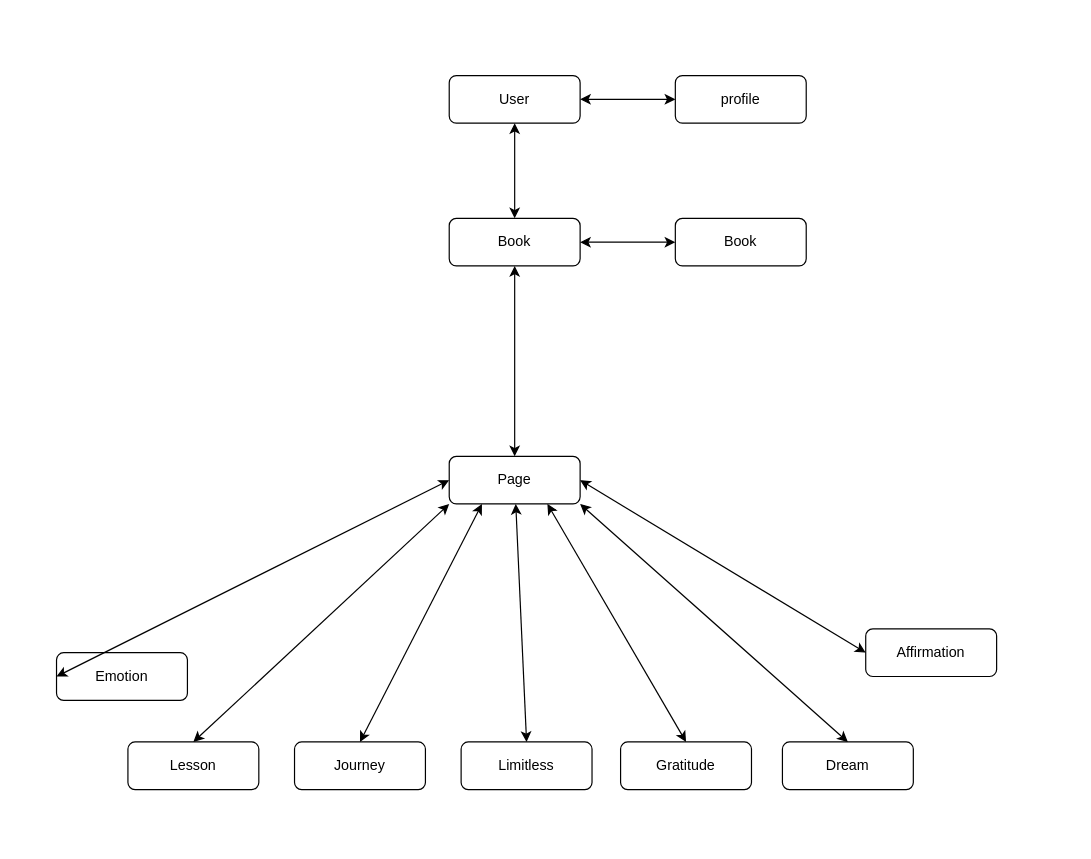
This is Untitled Diagram.drawio from mwilder2/diarydawn-backend, a draw.io file, before an edit. Source tidied: cells renumbered, new cells numbered last; positions are measured from the earlier drawing's top-left corner, leaving out a move shared by most shapes. Both pictures are drawn from the tidied source at 119%, with x=0, y=0 at pixel (56, 75).
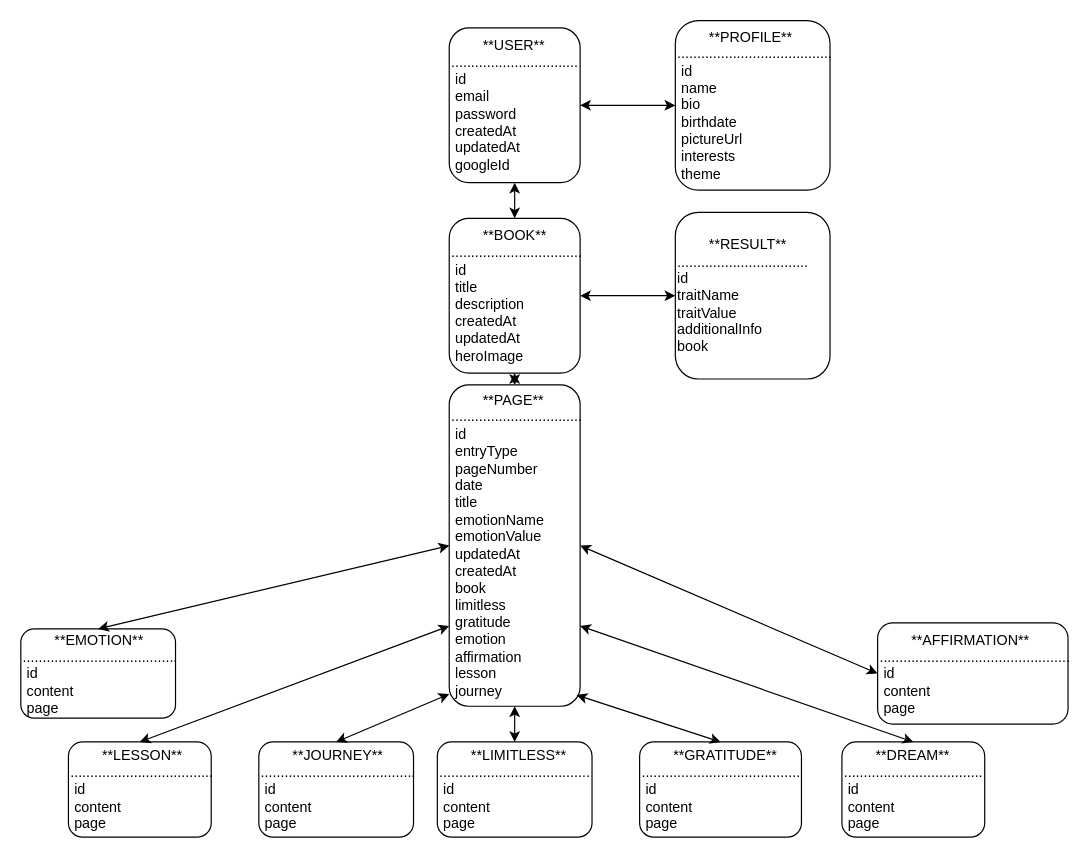
The same page after the edit.

What changed in the source:
```diff
@@
-    <mxCell id="2" value="User" style="rounded=1;whiteSpace=wrap;html=1;fontSize=12;glass=0;strokeWidth=1;shadow=0;" parent="1" vertex="1">
-      <mxGeometry x="330" width="110" height="40" as="geometry" />
+    <mxCell id="2" value="&lt;span style=&quot;white-space: pre;&quot;&gt;&#9;&lt;/span&gt;**&lt;span style=&quot;background-color: initial;&quot;&gt;USER&lt;/span&gt;**&lt;div&gt;................................&lt;/div&gt;&lt;div&gt;&lt;div&gt;&amp;nbsp;id&lt;/div&gt;&lt;div&gt;&amp;nbsp;email&lt;/div&gt;&lt;div&gt;&amp;nbsp;password&lt;/div&gt;&lt;div&gt;&amp;nbsp;createdAt&lt;/div&gt;&lt;div&gt;&amp;nbsp;updatedAt&lt;/div&gt;&lt;div&gt;&amp;nbsp;googleId&lt;/div&gt;&lt;/div&gt;" style="rounded=1;whiteSpace=wrap;html=1;fontSize=12;glass=0;strokeWidth=1;shadow=0;align=left;" parent="1" vertex="1">
+      <mxGeometry x="330" y="-40" width="110" height="130" as="geometry" />
     </mxCell>
-    <mxCell id="3" value="profile" style="rounded=1;whiteSpace=wrap;html=1;fontSize=12;glass=0;strokeWidth=1;shadow=0;" parent="1" vertex="1">
-      <mxGeometry x="520" width="110" height="40" as="geometry" />
+    <mxCell id="3" value="&lt;span style=&quot;white-space: pre;&quot;&gt;&#9;&lt;/span&gt;**PROFILE**&lt;div&gt;.......................................&lt;br&gt;&lt;div&gt;&amp;nbsp;id&lt;/div&gt;&lt;div&gt;&amp;nbsp;name&lt;/div&gt;&lt;div&gt;&amp;nbsp;bio&lt;/div&gt;&lt;div&gt;&amp;nbsp;birthdate&lt;/div&gt;&lt;div&gt;&amp;nbsp;pictureUrl&lt;/div&gt;&lt;div&gt;&amp;nbsp;interests&lt;/div&gt;&lt;div&gt;&amp;nbsp;theme&lt;/div&gt;&lt;/div&gt;" style="rounded=1;whiteSpace=wrap;html=1;fontSize=12;glass=0;strokeWidth=1;shadow=0;align=left;" parent="1" vertex="1">
+      <mxGeometry x="520" y="-46.2" width="130" height="142.5" as="geometry" />
     </mxCell>
@@
-    <mxCell id="5" value="Book" style="rounded=1;whiteSpace=wrap;html=1;fontSize=12;glass=0;strokeWidth=1;shadow=0;" parent="1" vertex="1">
-      <mxGeometry x="330" y="120" width="110" height="40" as="geometry" />
+    <mxCell id="5" value="&lt;span style=&quot;white-space: pre;&quot;&gt;&#9;&lt;/span&gt;**BOOK**&lt;div&gt;.................................&lt;/div&gt;&lt;div&gt;&amp;nbsp;id&lt;/div&gt;&lt;div&gt;&amp;nbsp;title&lt;/div&gt;&lt;div&gt;&amp;nbsp;description&lt;/div&gt;&lt;div&gt;&amp;nbsp;createdAt&lt;/div&gt;&lt;div&gt;&amp;nbsp;updatedAt&lt;/div&gt;&lt;div&gt;&amp;nbsp;heroImage&lt;/div&gt;" style="rounded=1;whiteSpace=wrap;html=1;fontSize=12;glass=0;strokeWidth=1;shadow=0;align=left;" parent="1" vertex="1">
+      <mxGeometry x="330" y="120" width="110" height="130" as="geometry" />
     </mxCell>
@@
-    <mxCell id="7" value="Page" style="rounded=1;whiteSpace=wrap;html=1;fontSize=12;glass=0;strokeWidth=1;shadow=0;" parent="1" vertex="1">
-      <mxGeometry x="330" y="320" width="110" height="40" as="geometry" />
+    <mxCell id="7" value="&lt;span style=&quot;white-space: pre;&quot;&gt;&#9;&lt;/span&gt;**PAGE**&lt;div&gt;.................................&lt;br&gt;&lt;div&gt;&amp;nbsp;id&lt;/div&gt;&lt;div&gt;&amp;nbsp;entryType&lt;/div&gt;&lt;div&gt;&amp;nbsp;pageNumber&lt;/div&gt;&lt;div&gt;&amp;nbsp;date&lt;/div&gt;&lt;div&gt;&amp;nbsp;title&lt;/div&gt;&lt;div&gt;&amp;nbsp;emotionName&lt;/div&gt;&lt;div&gt;&amp;nbsp;emotionValue&lt;/div&gt;&lt;div&gt;&amp;nbsp;updatedAt&lt;/div&gt;&lt;div&gt;&amp;nbsp;createdAt&lt;/div&gt;&lt;div&gt;&amp;nbsp;book&lt;/div&gt;&lt;div&gt;&amp;nbsp;limitless&lt;/div&gt;&lt;div&gt;&amp;nbsp;gratitude&lt;/div&gt;&lt;div&gt;&amp;nbsp;emotion&lt;/div&gt;&lt;div&gt;&amp;nbsp;affirmation&lt;/div&gt;&lt;div&gt;&amp;nbsp;lesson&lt;/div&gt;&lt;div&gt;&amp;nbsp;journey&lt;/div&gt;&lt;/div&gt;" style="rounded=1;whiteSpace=wrap;html=1;fontSize=12;glass=0;strokeWidth=1;shadow=0;align=left;" parent="1" vertex="1">
+      <mxGeometry x="330" y="260" width="110" height="270" as="geometry" />
     </mxCell>
@@
-    <mxCell id="9" value="Journey" style="rounded=1;whiteSpace=wrap;html=1;fontSize=12;glass=0;strokeWidth=1;shadow=0;" parent="1" vertex="1">
-      <mxGeometry x="200" y="560" width="110" height="40" as="geometry" />
+    <mxCell id="9" value="&lt;span style=&quot;white-space: pre;&quot;&gt;&#9;&lt;/span&gt;**JOURNEY**&lt;div&gt;.......................................&lt;br&gt;&lt;div&gt;&lt;div&gt;&lt;div&gt;&amp;nbsp;id&lt;/div&gt;&lt;div&gt;&amp;nbsp;content&lt;/div&gt;&lt;div&gt;&amp;nbsp;page&lt;/div&gt;&lt;/div&gt;&lt;/div&gt;&lt;/div&gt;" style="rounded=1;whiteSpace=wrap;html=1;fontSize=12;glass=0;strokeWidth=1;shadow=0;align=left;" parent="1" vertex="1">
+      <mxGeometry x="170" y="560" width="130" height="80" as="geometry" />
     </mxCell>
-    <mxCell id="10" value="Lesson" style="rounded=1;whiteSpace=wrap;html=1;fontSize=12;glass=0;strokeWidth=1;shadow=0;" parent="1" vertex="1">
-      <mxGeometry x="60" y="560" width="110" height="40" as="geometry" />
+    <mxCell id="10" value="&lt;span style=&quot;white-space: pre;&quot;&gt;&#9;&lt;/span&gt;**LESSON**&lt;div&gt;....................................&lt;br&gt;&lt;div&gt;&lt;div&gt;&amp;nbsp;id&lt;/div&gt;&lt;div&gt;&amp;nbsp;content&lt;/div&gt;&lt;div&gt;&amp;nbsp;page&lt;/div&gt;&lt;/div&gt;&lt;/div&gt;" style="rounded=1;whiteSpace=wrap;html=1;fontSize=12;glass=0;strokeWidth=1;shadow=0;align=left;" parent="1" vertex="1">
+      <mxGeometry x="10" y="560" width="120" height="80" as="geometry" />
     </mxCell>
-    <mxCell id="11" value="Limitless" style="rounded=1;whiteSpace=wrap;html=1;fontSize=12;glass=0;strokeWidth=1;shadow=0;" parent="1" vertex="1">
-      <mxGeometry x="340" y="560" width="110" height="40" as="geometry" />
+    <mxCell id="11" value="&lt;span style=&quot;white-space: pre;&quot;&gt;&#9;&lt;/span&gt;**LIMITLESS**&lt;div&gt;......................................&lt;br&gt;&lt;div&gt;&lt;div&gt;&amp;nbsp;id&lt;/div&gt;&lt;div&gt;&amp;nbsp;content&lt;/div&gt;&lt;div&gt;&amp;nbsp;page&lt;/div&gt;&lt;/div&gt;&lt;/div&gt;" style="rounded=1;whiteSpace=wrap;html=1;fontSize=12;glass=0;strokeWidth=1;shadow=0;align=left;" parent="1" vertex="1">
+      <mxGeometry x="320" y="560" width="130" height="80" as="geometry" />
     </mxCell>
-    <mxCell id="12" value="Gratitude" style="rounded=1;whiteSpace=wrap;html=1;fontSize=12;glass=0;strokeWidth=1;shadow=0;" parent="1" vertex="1">
-      <mxGeometry x="474" y="560" width="110" height="40" as="geometry" />
+    <mxCell id="12" value="&lt;span style=&quot;white-space: pre;&quot;&gt;&#9;&lt;/span&gt;**GRATITUDE**&lt;div&gt;........................................&lt;br&gt;&lt;div&gt;&lt;div&gt;&amp;nbsp;id&lt;/div&gt;&lt;div&gt;&amp;nbsp;content&lt;/div&gt;&lt;div&gt;&amp;nbsp;page&lt;/div&gt;&lt;/div&gt;&lt;/div&gt;" style="rounded=1;whiteSpace=wrap;html=1;fontSize=12;glass=0;strokeWidth=1;shadow=0;align=left;" parent="1" vertex="1">
+      <mxGeometry x="490" y="560" width="136" height="80" as="geometry" />
     </mxCell>
-    <mxCell id="13" value="Dream" style="rounded=1;whiteSpace=wrap;html=1;fontSize=12;glass=0;strokeWidth=1;shadow=0;" parent="1" vertex="1">
-      <mxGeometry x="610" y="560" width="110" height="40" as="geometry" />
+    <mxCell id="13" value="&lt;span style=&quot;white-space: pre;&quot;&gt;&#9;&lt;/span&gt;**DREAM**&lt;div&gt;...................................&lt;br&gt;&lt;div&gt;&lt;div&gt;&amp;nbsp;id&lt;/div&gt;&lt;div&gt;&amp;nbsp;content&lt;/div&gt;&lt;div&gt;&amp;nbsp;page&lt;/div&gt;&lt;/div&gt;&lt;/div&gt;" style="rounded=1;whiteSpace=wrap;html=1;fontSize=12;glass=0;strokeWidth=1;shadow=0;align=left;" parent="1" vertex="1">
+      <mxGeometry x="660" y="560" width="120" height="80" as="geometry" />
     </mxCell>
-    <mxCell id="14" value="Emotion" style="rounded=1;whiteSpace=wrap;html=1;fontSize=12;glass=0;strokeWidth=1;shadow=0;" parent="1" vertex="1">
-      <mxGeometry y="485" width="110" height="40" as="geometry" />
+    <mxCell id="14" value="&lt;span style=&quot;white-space: pre;&quot;&gt;&#9;&lt;/span&gt;**EMOTION**&lt;div&gt;.......................................&lt;br&gt;&lt;div&gt;&amp;nbsp;id&lt;/div&gt;&lt;div&gt;&amp;nbsp;content&lt;/div&gt;&lt;div&gt;&amp;nbsp;page&lt;/div&gt;&lt;/div&gt;" style="rounded=1;whiteSpace=wrap;html=1;fontSize=12;glass=0;strokeWidth=1;shadow=0;align=left;" parent="1" vertex="1">
+      <mxGeometry x="-30" y="465" width="130" height="75" as="geometry" />
     </mxCell>
-    <mxCell id="15" value="Affirmation" style="rounded=1;whiteSpace=wrap;html=1;fontSize=12;glass=0;strokeWidth=1;shadow=0;" parent="1" vertex="1">
-      <mxGeometry x="680" y="465" width="110" height="40" as="geometry" />
+    <mxCell id="15" value="&lt;span style=&quot;white-space: pre;&quot;&gt;&#9;&lt;/span&gt;**AFFIRMATION**&lt;div&gt;................................................&lt;br&gt;&lt;div&gt;&lt;div&gt;&amp;nbsp;id&lt;/div&gt;&lt;div&gt;&amp;nbsp;content&lt;/div&gt;&lt;div&gt;&amp;nbsp;page&lt;/div&gt;&lt;/div&gt;&lt;/div&gt;" style="rounded=1;whiteSpace=wrap;html=1;fontSize=12;glass=0;strokeWidth=1;shadow=0;align=left;" parent="1" vertex="1">
+      <mxGeometry x="690" y="460" width="160" height="85" as="geometry" />
     </mxCell>
@@
-    <mxCell id="17" style="endArrow=classic;startArrow=classic;html=1;rounded=0;entryX=0;entryY=1;entryDx=0;entryDy=0;exitX=0.5;exitY=0;exitDx=0;exitDy=0;" parent="1" edge="1" source="10" target="7">
+    <mxCell id="17" style="endArrow=classic;startArrow=classic;html=1;rounded=0;entryX=0;entryY=0.75;entryDx=0;entryDy=0;exitX=0.5;exitY=0;exitDx=0;exitDy=0;" parent="1" edge="1" source="10" target="7">
       <mxGeometry relative="1" as="geometry" />
     </mxCell>
-    <mxCell id="18" style="endArrow=classic;startArrow=classic;html=1;rounded=0;entryX=0.25;entryY=1;entryDx=0;entryDy=0;exitX=0.5;exitY=0;exitDx=0;exitDy=0;" parent="1" edge="1" source="9" target="7">
+    <mxCell id="18" style="endArrow=classic;startArrow=classic;html=1;rounded=0;entryX=0;entryY=0.962;entryDx=0;entryDy=0;exitX=0.5;exitY=0;exitDx=0;exitDy=0;entryPerimeter=0;" parent="1" edge="1" source="9" target="7">
       <mxGeometry relative="1" as="geometry" />
     </mxCell>
@@
-    <mxCell id="20" style="endArrow=classic;startArrow=classic;html=1;rounded=0;entryX=0.5;entryY=0;entryDx=0;entryDy=0;exitX=0.75;exitY=1;exitDx=0;exitDy=0;" parent="1" edge="1" source="7" target="12">
+    <mxCell id="20" style="endArrow=classic;startArrow=classic;html=1;rounded=0;entryX=0.5;entryY=0;entryDx=0;entryDy=0;exitX=0.973;exitY=0.965;exitDx=0;exitDy=0;exitPerimeter=0;" parent="1" edge="1" source="7" target="12">
       <mxGeometry relative="1" as="geometry" />
     </mxCell>
-    <mxCell id="21" style="endArrow=classic;startArrow=classic;html=1;rounded=0;entryX=0.5;entryY=0;entryDx=0;entryDy=0;" parent="1" edge="1" target="13">
-      <mxGeometry relative="1" as="geometry">
-        <mxPoint x="440" y="360" as="sourcePoint" />
-      </mxGeometry>
+    <mxCell id="21" style="endArrow=classic;startArrow=classic;html=1;rounded=0;entryX=0.5;entryY=0;entryDx=0;entryDy=0;exitX=1;exitY=0.75;exitDx=0;exitDy=0;" parent="1" edge="1" source="7" target="13">
+      <mxGeometry relative="1" as="geometry" />
     </mxCell>
-    <mxCell id="22" style="endArrow=classic;startArrow=classic;html=1;rounded=0;entryX=0;entryY=0.5;entryDx=0;entryDy=0;exitX=0;exitY=0.5;exitDx=0;exitDy=0;" parent="1" edge="1" source="7" target="14">
+    <mxCell id="22" style="endArrow=classic;startArrow=classic;html=1;rounded=0;entryX=0.5;entryY=0;entryDx=0;entryDy=0;exitX=0;exitY=0.5;exitDx=0;exitDy=0;" parent="1" edge="1" source="7" target="14">
       <mxGeometry relative="1" as="geometry" />
     </mxCell>
-    <mxCell id="23" value="Book" style="rounded=1;whiteSpace=wrap;html=1;fontSize=12;glass=0;strokeWidth=1;shadow=0;" parent="1" vertex="1">
-      <mxGeometry x="520" y="120" width="110" height="40" as="geometry" />
+    <mxCell id="23" value="&lt;span style=&quot;white-space: pre;&quot;&gt;&#9;&lt;/span&gt;**RESULT**&lt;div&gt;.................................&lt;br&gt;&lt;div&gt;id&lt;/div&gt;&lt;div&gt;traitName&lt;/div&gt;&lt;div&gt;traitValue&lt;/div&gt;&lt;div&gt;additionalInfo&lt;/div&gt;&lt;div&gt;book&lt;/div&gt;&lt;/div&gt;" style="rounded=1;whiteSpace=wrap;html=1;fontSize=12;glass=0;strokeWidth=1;shadow=0;align=left;" parent="1" vertex="1">
+      <mxGeometry x="520" y="115" width="130" height="140" as="geometry" />
     </mxCell>
@@
+    <mxCell id="25" style="edgeStyle=orthogonalEdgeStyle;rounded=0;orthogonalLoop=1;jettySize=auto;html=1;exitX=0.5;exitY=1;exitDx=0;exitDy=0;" parent="1" edge="1" source="3" target="3">
+      <mxGeometry relative="1" as="geometry" />
+    </mxCell>
```
